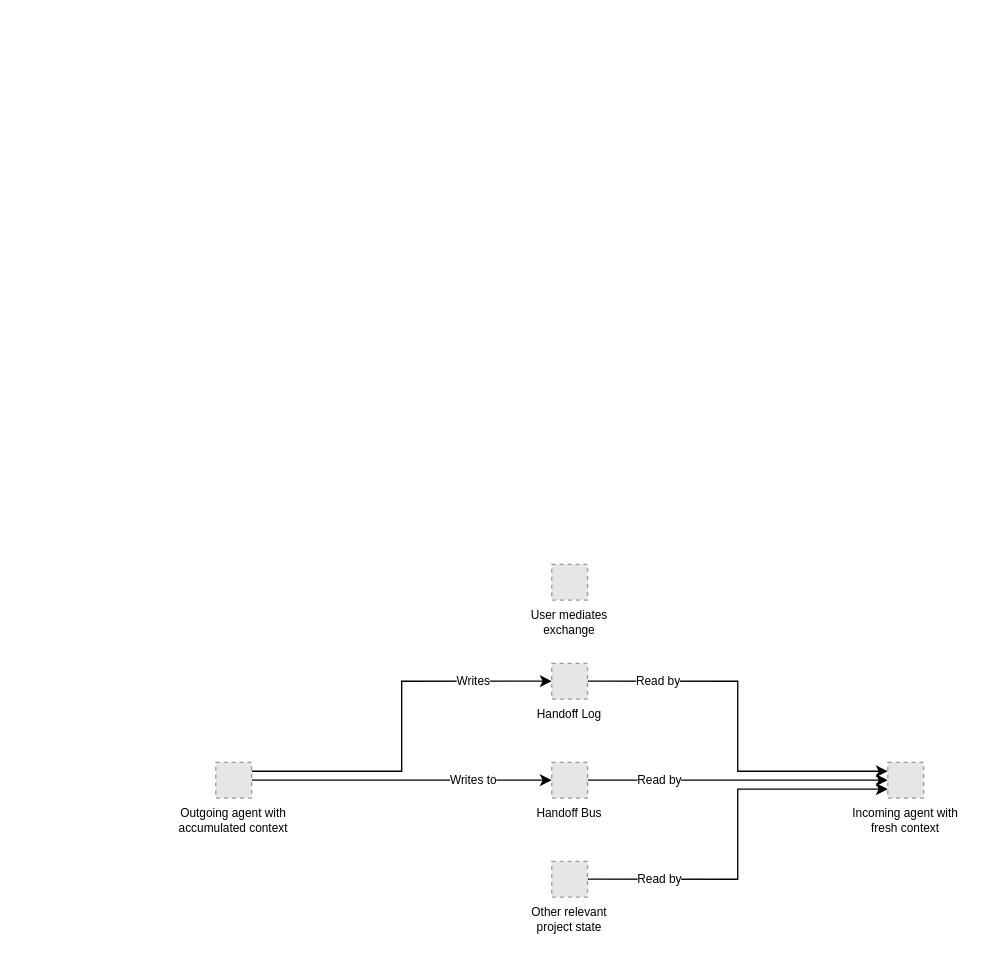
The draw.io diagram diagrams/framework-design/handoff.drawio in sdi2200262/bsc-apm-thesis, before the edit. Source tidied: cells renumbered, new cells numbered last; positions are measured from the earlier drawing's top-left corner, leaving out a move shared by most shapes. Both pictures are drawn from the tidied source at 132%, with x=0, y=0 at pixel (215, 564). Pictures stored in the file or linked from it are replaced by grey dashed boxes.
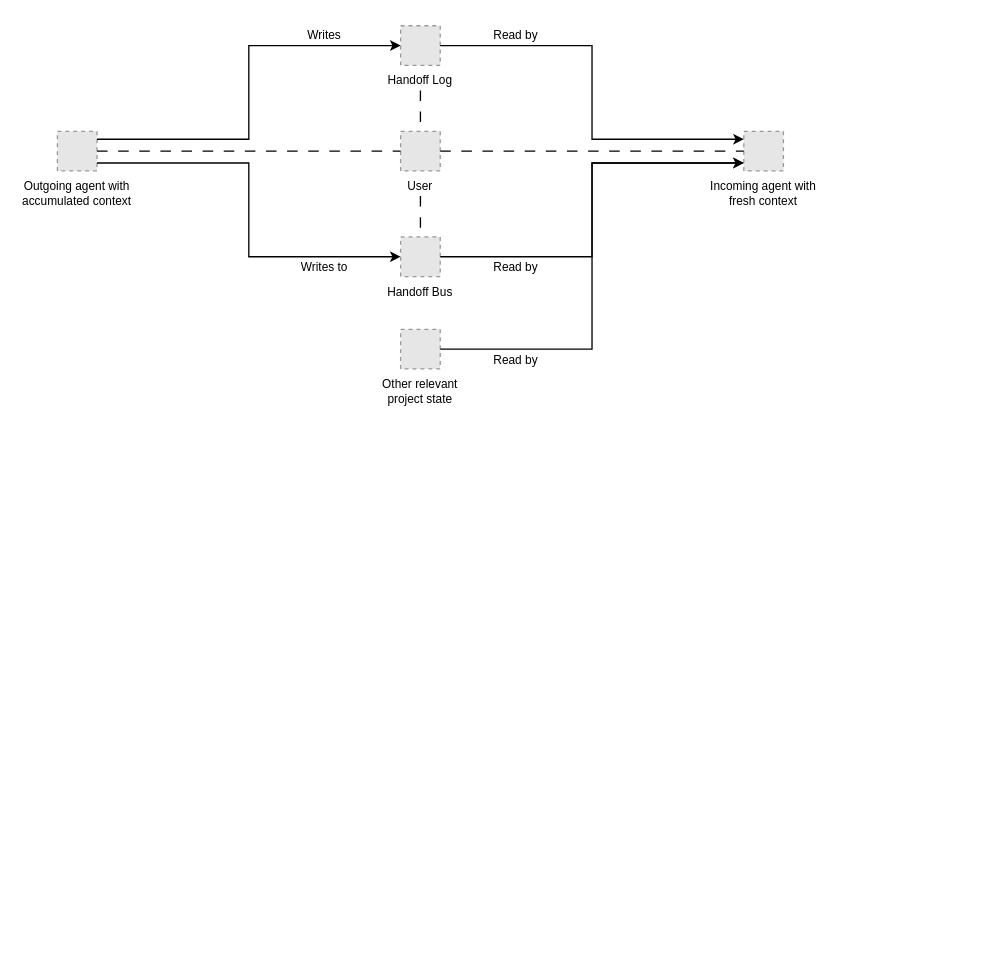
The same diagram, later.

Change to the diagram source:
```diff
@@
-    <mxCell id="2" style="group;fontSize=9;" parent="1" vertex="1">
-      <mxGeometry width="560" height="255" as="geometry" />
-    </mxCell>
+    <mxCell id="14" value="Outgoing agent with&#10;accumulated context" style="fillColor=#E6E6E6;strokeColor=#999999;dashed=1;fontFamily=Helvetica;fontSize=9;fontColor=#000000;verticalLabelPosition=bottom;verticalAlign=top;" parent="1" vertex="1">
+      <mxGeometry x="-120" y="-328" width="30" height="30" as="geometry" />
+    </mxCell>
+    <mxCell id="18" value="Incoming agent with&#10;fresh context" style="fillColor=#E6E6E6;strokeColor=#999999;dashed=1;fontFamily=Helvetica;fontSize=9;fontColor=#000000;verticalLabelPosition=bottom;verticalAlign=top;" parent="1" vertex="1">
+      <mxGeometry x="400" y="-328" width="30" height="30" as="geometry" />
+    </mxCell>
+    <mxCell id="8" value="Handoff Log" style="fillColor=#E6E6E6;strokeColor=#999999;dashed=1;fontFamily=Helvetica;fontSize=9;fontColor=#000000;verticalLabelPosition=bottom;verticalAlign=top;" parent="1" vertex="1">
+      <mxGeometry x="140" y="-408" width="30" height="30" as="geometry" />
+    </mxCell>
+    <mxCell id="19" value="User" style="fillColor=#E6E6E6;strokeColor=#999999;dashed=1;fontFamily=Helvetica;fontSize=9;fontColor=#000000;verticalLabelPosition=bottom;verticalAlign=top;" parent="1" vertex="1">
+      <mxGeometry x="140" y="-328" width="30" height="30" as="geometry" />
+    </mxCell>
+    <mxCell id="17" value="Handoff Bus" style="fillColor=#E6E6E6;strokeColor=#999999;dashed=1;fontFamily=Helvetica;fontSize=9;fontColor=#000000;verticalLabelPosition=bottom;verticalAlign=top;" parent="1" vertex="1">
+      <mxGeometry x="140" y="-248" width="30" height="30" as="geometry" />
+    </mxCell>
+    <mxCell id="5" value="Other relevant&#10;project state" style="fillColor=#E6E6E6;strokeColor=#999999;dashed=1;fontFamily=Helvetica;fontSize=9;fontColor=#000000;verticalLabelPosition=bottom;verticalAlign=top;" parent="1" vertex="1">
+      <mxGeometry x="140" y="-178" width="30" height="30" as="geometry" />
+    </mxCell>
+    <mxCell id="10" style="fontFamily=Helvetica;fontSize=9;fontColor=#000000;strokeColor=#000000;edgeStyle=orthogonalEdgeStyle;rounded=0;html=0;endSize=5;startSize=5;exitX=1;exitY=0.2;exitDx=0;exitDy=0;entryX=0;entryY=0.5;entryDx=0;entryDy=0;" parent="1" edge="1" source="14" target="8">
+      <mxGeometry relative="1" as="geometry">
+        <Array as="points">
+          <mxPoint x="25" y="-322" />
+          <mxPoint x="25" y="-393" />
+        </Array>
+      </mxGeometry>
+    </mxCell>
+    <mxCell id="6" style="fontFamily=Helvetica;fontSize=9;fontColor=#000000;strokeColor=#000000;edgeStyle=orthogonalEdgeStyle;rounded=0;html=0;endSize=5;startSize=5;exitX=1;exitY=0.5;exitDx=0;exitDy=0;entryX=0;entryY=0.2;entryDx=0;entryDy=0;" parent="1" edge="1" source="8" target="18">
+      <mxGeometry relative="1" as="geometry">
+        <Array as="points">
+          <mxPoint x="285" y="-393" />
+          <mxPoint x="285" y="-322" />
+        </Array>
+      </mxGeometry>
+    </mxCell>
+    <mxCell id="20" style="fontFamily=Helvetica;fontSize=9;fontColor=#000000;strokeColor=#000000;edgeStyle=orthogonalEdgeStyle;rounded=0;html=0;endSize=5;startSize=5;exitX=1;exitY=0.5;exitDx=0;exitDy=0;entryX=0;entryY=0.5;entryDx=0;entryDy=0;dashed=1;dashPattern=8 8;endArrow=none;" parent="1" edge="1" source="14" target="19">
+      <mxGeometry relative="1" as="geometry" />
+    </mxCell>
+    <mxCell id="21" style="fontFamily=Helvetica;fontSize=9;fontColor=#000000;strokeColor=#000000;edgeStyle=orthogonalEdgeStyle;rounded=0;html=0;endSize=5;startSize=5;exitX=1;exitY=0.5;exitDx=0;exitDy=0;entryX=0;entryY=0.5;entryDx=0;entryDy=0;dashed=1;dashPattern=8 8;endArrow=none;" parent="1" edge="1" source="19" target="18">
+      <mxGeometry relative="1" as="geometry" />
+    </mxCell>
+    <mxCell id="12" style="fontFamily=Helvetica;fontSize=9;fontColor=#000000;strokeColor=#000000;edgeStyle=orthogonalEdgeStyle;rounded=0;html=0;endSize=5;startSize=5;exitX=1;exitY=0.8;exitDx=0;exitDy=0;entryX=0;entryY=0.5;entryDx=0;entryDy=0;" parent="1" edge="1" source="14" target="17">
+      <mxGeometry relative="1" as="geometry">
+        <Array as="points">
+          <mxPoint x="25" y="-304" />
+          <mxPoint x="25" y="-233" />
+        </Array>
+      </mxGeometry>
+    </mxCell>
+    <mxCell id="15" style="fontFamily=Helvetica;fontSize=9;fontColor=#000000;strokeColor=#000000;edgeStyle=orthogonalEdgeStyle;rounded=0;html=0;endSize=5;startSize=5;exitX=1;exitY=0.5;exitDx=0;exitDy=0;entryX=0;entryY=0.8;entryDx=0;entryDy=0;" parent="1" edge="1" source="17" target="18">
+      <mxGeometry relative="1" as="geometry">
+        <Array as="points">
+          <mxPoint x="285" y="-233" />
+          <mxPoint x="285" y="-304" />
+        </Array>
+      </mxGeometry>
+    </mxCell>
-    <mxCell id="3" style="edgeStyle=orthogonalEdgeStyle;rounded=0;jettySize=auto;html=1;exitX=1;exitY=0.5;exitDx=0;exitDy=0;entryX=0;entryY=0.75;entryDx=0;entryDy=0;fontSize=9;" parent="2" edge="1" source="5" target="18">
-      <mxGeometry relative="1" as="geometry" />
+    <mxCell id="3" style="fontFamily=Helvetica;fontSize=9;fontColor=#000000;strokeColor=#000000;edgeStyle=orthogonalEdgeStyle;rounded=0;html=0;endSize=5;startSize=5;exitX=1;exitY=0.5;exitDx=0;exitDy=0;entryX=0;entryY=0.8;entryDx=0;entryDy=0;" parent="1" edge="1" source="5" target="18">
+      <mxGeometry relative="1" as="geometry">
+        <Array as="points">
+          <mxPoint x="285" y="-163" />
+          <mxPoint x="285" y="-304" />
+        </Array>
+      </mxGeometry>
     </mxCell>
-    <mxCell id="4" value="Read by" style="edgeLabel;html=1;align=center;verticalAlign=middle;fontSize=9;" parent="3" vertex="1">
-      <mxGeometry x="-0.56" relative="1" as="geometry">
-        <mxPoint x="-11" as="offset" />
-      </mxGeometry>
-    </mxCell>
-    <mxCell id="5" value="Other relevant&#10;project state" style="fillColor=#E6E6E6;strokeColor=#999999;dashed=1;verticalLabelPosition=bottom;labelBackgroundColor=default;verticalAlign=top;fontSize=9;" parent="2" vertex="1">
-      <mxGeometry x="254.5" y="225" width="27.1" height="27.1" as="geometry" />
-    </mxCell>
-    <mxCell id="6" style="edgeStyle=orthogonalEdgeStyle;rounded=0;jettySize=auto;html=1;exitX=1;exitY=0.5;exitDx=0;exitDy=0;entryX=0;entryY=0.25;entryDx=0;entryDy=0;fontSize=9;" parent="2" edge="1" source="8" target="18">
-      <mxGeometry relative="1" as="geometry" />
-    </mxCell>
-    <mxCell id="7" value="Read by" style="edgeLabel;html=1;align=center;verticalAlign=middle;fontSize=9;" parent="6" vertex="1">
-      <mxGeometry x="-0.56" relative="1" as="geometry">
-        <mxPoint x="-12" as="offset" />
-      </mxGeometry>
-    </mxCell>
-    <mxCell id="8" value="Handoff Log" style="fillColor=#E6E6E6;strokeColor=#999999;dashed=1;verticalLabelPosition=bottom;labelBackgroundColor=default;verticalAlign=top;fontSize=9;" parent="2" vertex="1">
-      <mxGeometry x="254.5" y="75" width="27.1" height="27.1" as="geometry" />
-    </mxCell>
-    <mxCell id="9" value="User mediates&#10;exchange" style="fillColor=#E6E6E6;strokeColor=#999999;dashed=1;verticalLabelPosition=bottom;labelBackgroundColor=default;verticalAlign=top;fontSize=9;" parent="2" vertex="1">
-      <mxGeometry x="254.5" width="27.1" height="27.1" as="geometry" />
-    </mxCell>
-    <mxCell id="10" style="edgeStyle=orthogonalEdgeStyle;rounded=0;jettySize=auto;html=1;exitX=1;exitY=0.25;exitDx=0;exitDy=0;entryX=0;entryY=0.5;entryDx=0;entryDy=0;fontSize=9;" parent="2" edge="1" source="14" target="8">
-      <mxGeometry relative="1" as="geometry" />
-    </mxCell>
+    <mxCell id="22" style="fontFamily=Helvetica;fontSize=9;fontColor=#000000;strokeColor=#000000;text;html=0;" parent="1" vertex="1">
+      <mxGeometry x="155" y="-359" as="geometry" />
+    </mxCell>
+    <mxCell id="23" style="fontFamily=Helvetica;fontSize=9;fontColor=#000000;strokeColor=#000000;edgeStyle=orthogonalEdgeStyle;rounded=0;html=0;endSize=5;startSize=5;entryX=0.5;entryY=0;entryDx=0;entryDy=0;dashed=1;dashPattern=8 8;endArrow=none;" parent="1" edge="1" source="22" target="19">
+      <mxGeometry relative="1" as="geometry" />
+    </mxCell>
+    <mxCell id="24" style="fontFamily=Helvetica;fontSize=9;fontColor=#000000;strokeColor=#000000;text;html=0;" parent="1" vertex="1">
+      <mxGeometry x="155" y="-279" as="geometry" />
+    </mxCell>
+    <mxCell id="25" style="fontFamily=Helvetica;fontSize=9;fontColor=#000000;strokeColor=#000000;edgeStyle=orthogonalEdgeStyle;rounded=0;html=0;endSize=5;startSize=5;entryX=0.5;entryY=0;entryDx=0;entryDy=0;dashed=1;dashPattern=8 8;endArrow=none;" parent="1" edge="1" source="24" target="17">
+      <mxGeometry relative="1" as="geometry" />
+    </mxCell>
-    <mxCell id="11" value="Writes" style="edgeLabel;html=1;align=center;verticalAlign=middle;fontSize=9;" parent="10" vertex="1">
-      <mxGeometry x="0.04" y="1" relative="1" as="geometry">
-        <mxPoint x="55" y="-28" as="offset" />
-      </mxGeometry>
+    <mxCell id="11" value="Writes" style="fontFamily=Helvetica;fontSize=9;fontColor=#000000;strokeColor=#000000;text;html=0;align=center;verticalAlign=middle;fontStyle=0;" parent="1" vertex="1">
+      <mxGeometry x="22.5" y="-411" width="120" height="20" as="geometry" />
     </mxCell>
-    <mxCell id="12" style="edgeStyle=orthogonalEdgeStyle;rounded=0;jettySize=auto;html=1;exitX=1;exitY=0.5;exitDx=0;exitDy=0;entryX=0;entryY=0.5;entryDx=0;entryDy=0;fontSize=9;" parent="2" edge="1" source="14" target="17">
-      <mxGeometry relative="1" as="geometry" />
-    </mxCell>
+    <mxCell id="26" value="Read by" style="fontFamily=Helvetica;fontSize=9;fontColor=#000000;strokeColor=#000000;text;html=0;align=center;verticalAlign=middle;fontStyle=0;" parent="1" vertex="1">
+      <mxGeometry x="167.5" y="-411" width="120" height="20" as="geometry" />
+    </mxCell>
-    <mxCell id="13" value="Writes to" style="edgeLabel;html=1;align=center;verticalAlign=middle;fontSize=9;" parent="12" vertex="1">
-      <mxGeometry x="0.49" y="-1" relative="1" as="geometry">
-        <mxPoint x="-2" y="-1" as="offset" />
-      </mxGeometry>
+    <mxCell id="13" value="Writes to" style="fontFamily=Helvetica;fontSize=9;fontColor=#000000;strokeColor=#000000;text;html=0;align=center;verticalAlign=middle;fontStyle=0;" parent="1" vertex="1">
+      <mxGeometry x="22.5" y="-235" width="120" height="20" as="geometry" />
     </mxCell>
-    <mxCell id="14" value="Outgoing agent with&#10;accumulated context" style="fillColor=#E6E6E6;strokeColor=#999999;dashed=1;verticalLabelPosition=bottom;labelBackgroundColor=default;verticalAlign=top;fontSize=9;" parent="2" vertex="1">
-      <mxGeometry y="150" width="27.1" height="27.1" as="geometry" />
-    </mxCell>
-    <mxCell id="15" style="edgeStyle=orthogonalEdgeStyle;rounded=0;jettySize=auto;html=1;exitX=1;exitY=0.5;exitDx=0;exitDy=0;entryX=0;entryY=0.5;entryDx=0;entryDy=0;fontSize=9;" parent="2" edge="1" source="17" target="18">
-      <mxGeometry relative="1" as="geometry" />
-    </mxCell>
-    <mxCell id="16" value="Read by" style="edgeLabel;html=1;align=center;verticalAlign=middle;fontSize=9;" parent="15" vertex="1">
-      <mxGeometry x="-0.44" y="1" relative="1" as="geometry">
-        <mxPoint x="-10" y="1" as="offset" />
-      </mxGeometry>
-    </mxCell>
-    <mxCell id="17" value="Handoff Bus" style="fillColor=#E6E6E6;strokeColor=#999999;dashed=1;verticalLabelPosition=bottom;labelBackgroundColor=default;verticalAlign=top;fontSize=9;" parent="2" vertex="1">
-      <mxGeometry x="254.5" y="150" width="27.1" height="27.1" as="geometry" />
-    </mxCell>
-    <mxCell id="18" value="Incoming agent with&#10;fresh context" style="fillColor=#E6E6E6;strokeColor=#999999;dashed=1;verticalLabelPosition=bottom;labelBackgroundColor=default;verticalAlign=top;fontSize=9;" parent="2" vertex="1">
-      <mxGeometry x="509.1" y="150" width="27.1" height="27.1" as="geometry" />
-    </mxCell>
+    <mxCell id="27" value="Read by" style="fontFamily=Helvetica;fontSize=9;fontColor=#000000;strokeColor=#000000;text;html=0;align=center;verticalAlign=middle;fontStyle=0;" parent="1" vertex="1">
+      <mxGeometry x="167.5" y="-235" width="120" height="20" as="geometry" />
+    </mxCell>
+    <mxCell id="28" value="Read by" style="fontFamily=Helvetica;fontSize=9;fontColor=#000000;strokeColor=#000000;text;html=0;align=center;verticalAlign=middle;fontStyle=0;" parent="1" vertex="1">
+      <mxGeometry x="167.5" y="-165" width="120" height="20" as="geometry" />
+    </mxCell>
```
